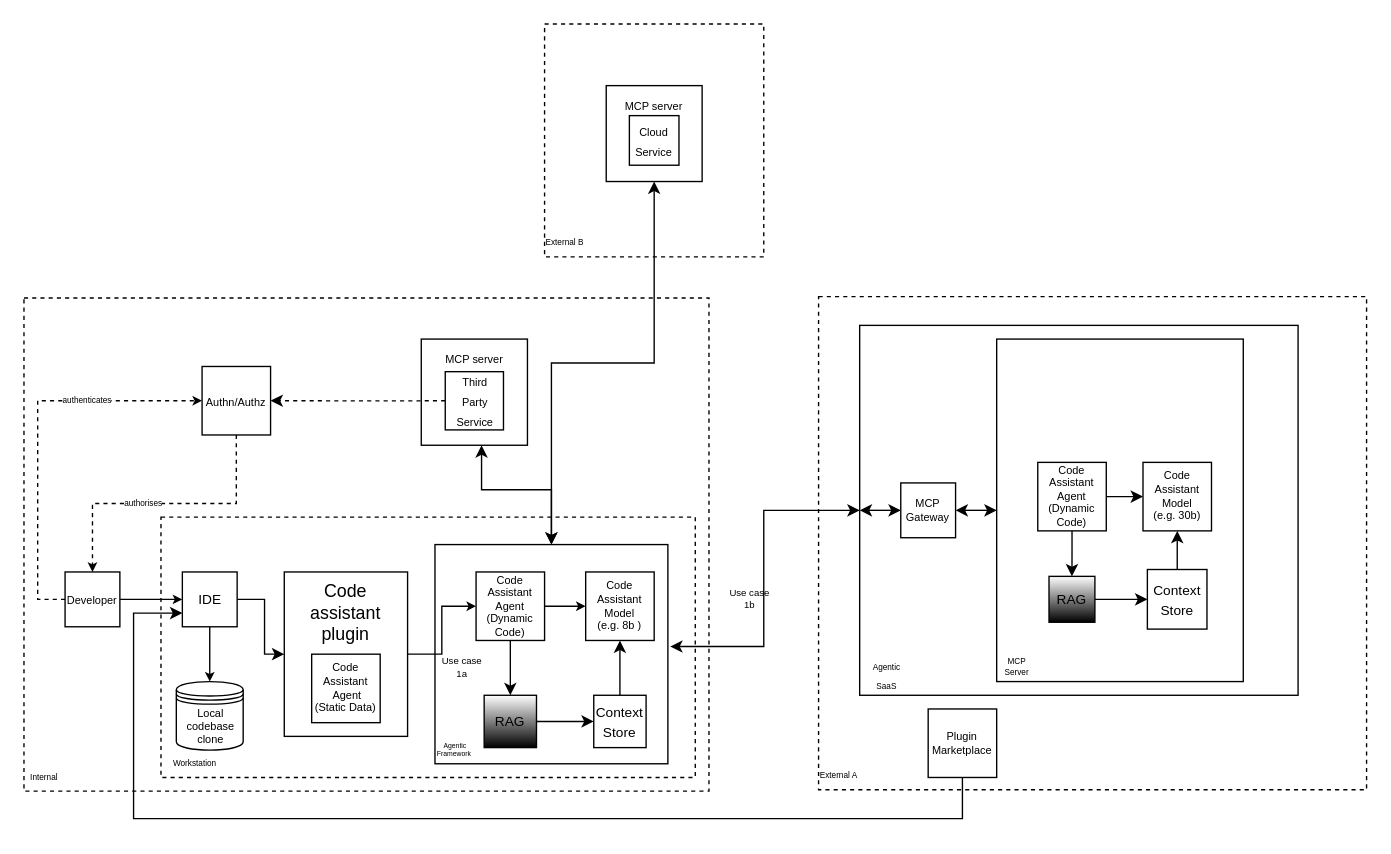
This is subgroups/use-cases-and-threat-models/use_cases/code_assistant/diagram/ai_code_generator_threat_model_diagram_updated_2026_05_12.drawio from lfai/security-and-compliance, a draw.io file, before an edit. Source tidied: cells renumbered, new cells numbered last; positions are measured from the earlier drawing's top-left corner, leaving out a move shared by most shapes. Both pictures are drawn from the tidied source at 137%, with x=0, y=0 at pixel (23, 23).
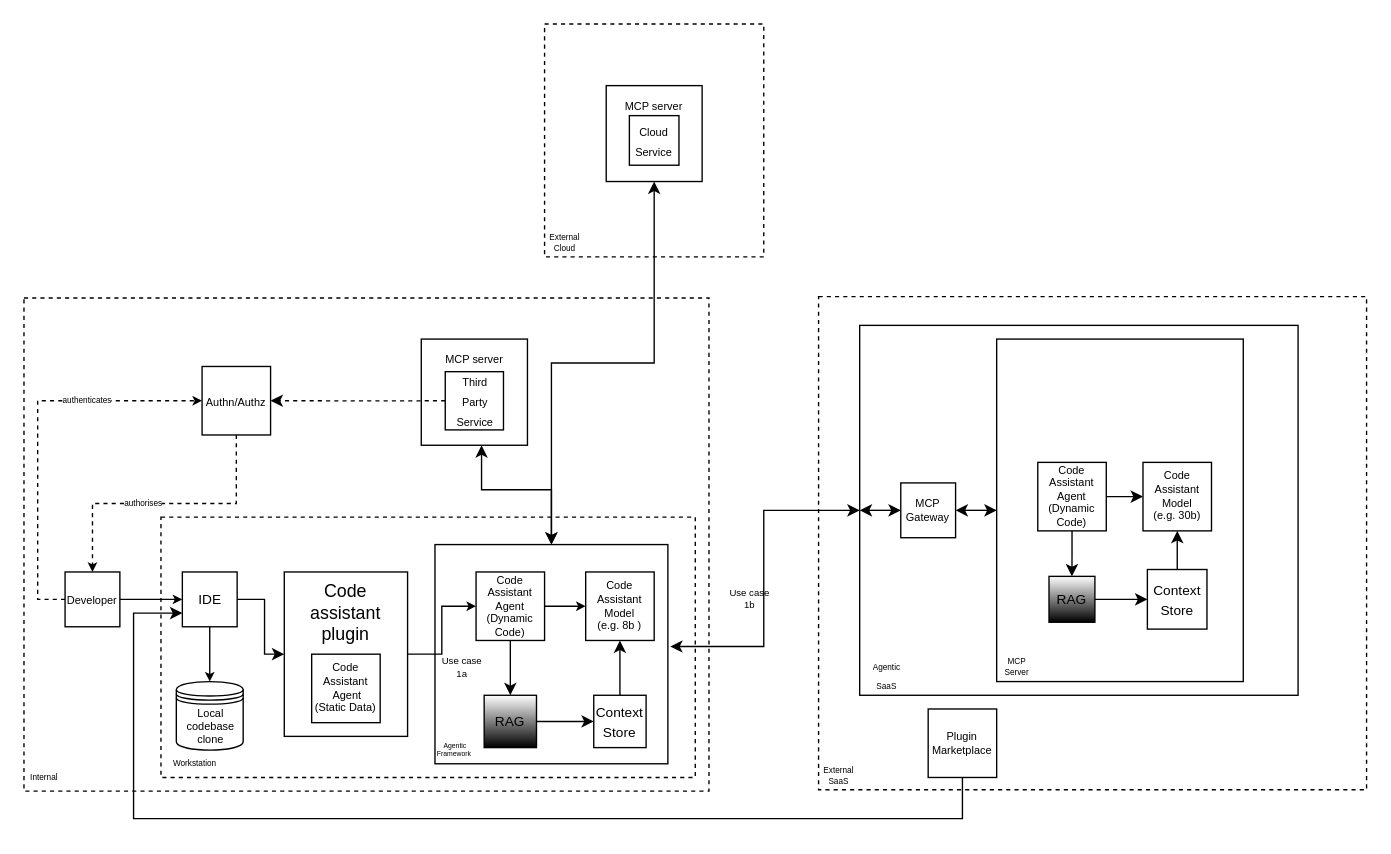
The same page after the edit.

What changed in the source:
```diff
@@
-    <mxCell id="33" value="External A" style="text;html=1;whiteSpace=wrap;strokeColor=none;fillColor=none;align=center;verticalAlign=middle;rounded=0;fontSize=6;" parent="1" vertex="1">
+    <mxCell id="33" value="External SaaS" style="text;html=1;whiteSpace=wrap;strokeColor=none;fillColor=none;align=center;verticalAlign=middle;rounded=0;fontSize=6;" parent="1" vertex="1">
       <mxGeometry x="580" y="539" width="30" height="20" as="geometry" />
     </mxCell>
@@
-    <mxCell id="53" value="External B" style="text;html=1;whiteSpace=wrap;strokeColor=none;fillColor=none;align=center;verticalAlign=middle;rounded=0;fontSize=6;" parent="1" vertex="1">
+    <mxCell id="53" value="External Cloud" style="text;html=1;whiteSpace=wrap;strokeColor=none;fillColor=none;align=center;verticalAlign=middle;rounded=0;fontSize=6;" parent="1" vertex="1">
       <mxGeometry x="380" y="150" width="30" height="20" as="geometry" />
     </mxCell>
```
